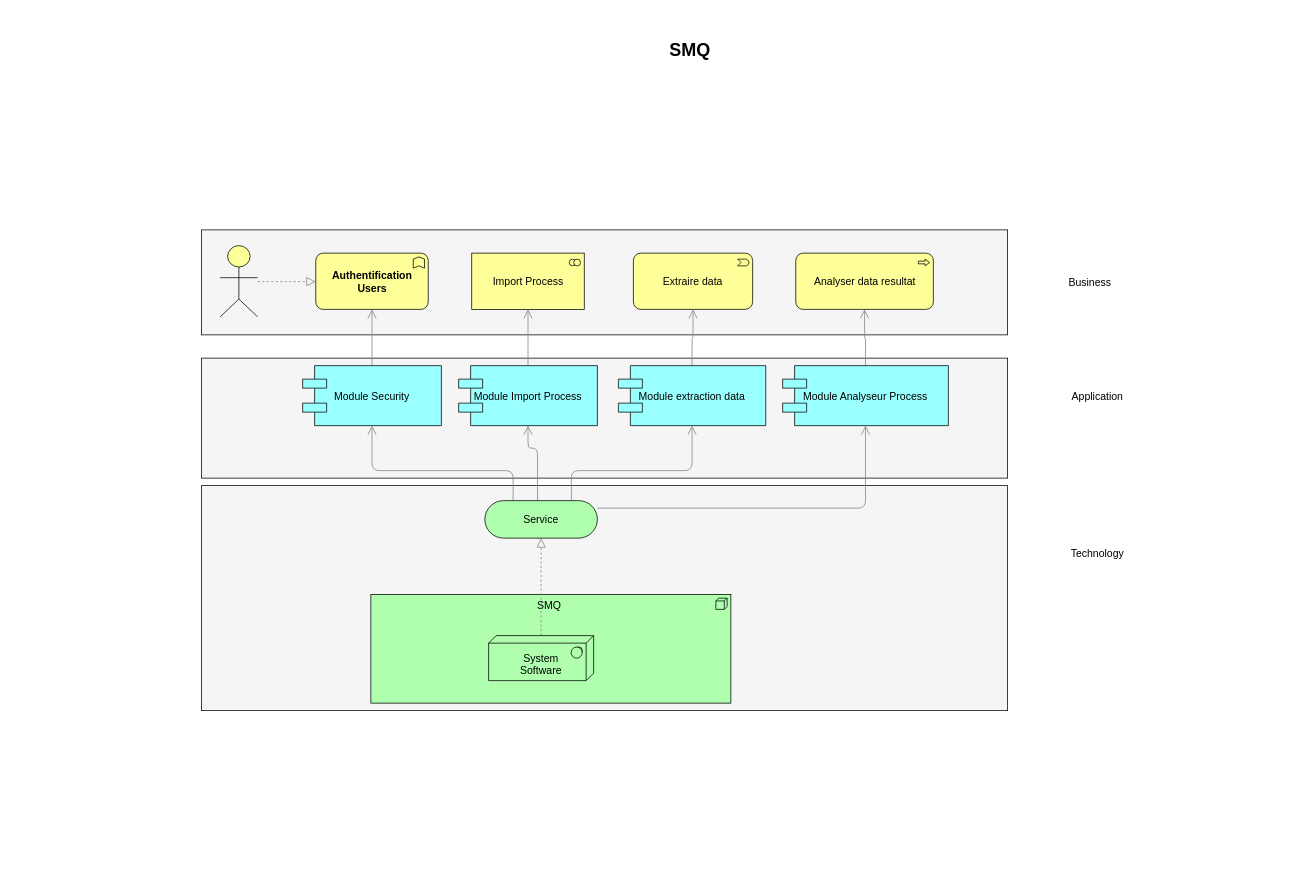
Above: Diagramme sans nom.drawio in amahmoudi/Smq2023 (draw.io), before the change. Source tidied: cells renumbered, new cells numbered last; positions are measured from the earlier drawing's top-left corner, leaving out a move shared by most shapes. Both pictures are drawn from the tidied source at 75%, with x=0, y=0 at pixel (93, 35).
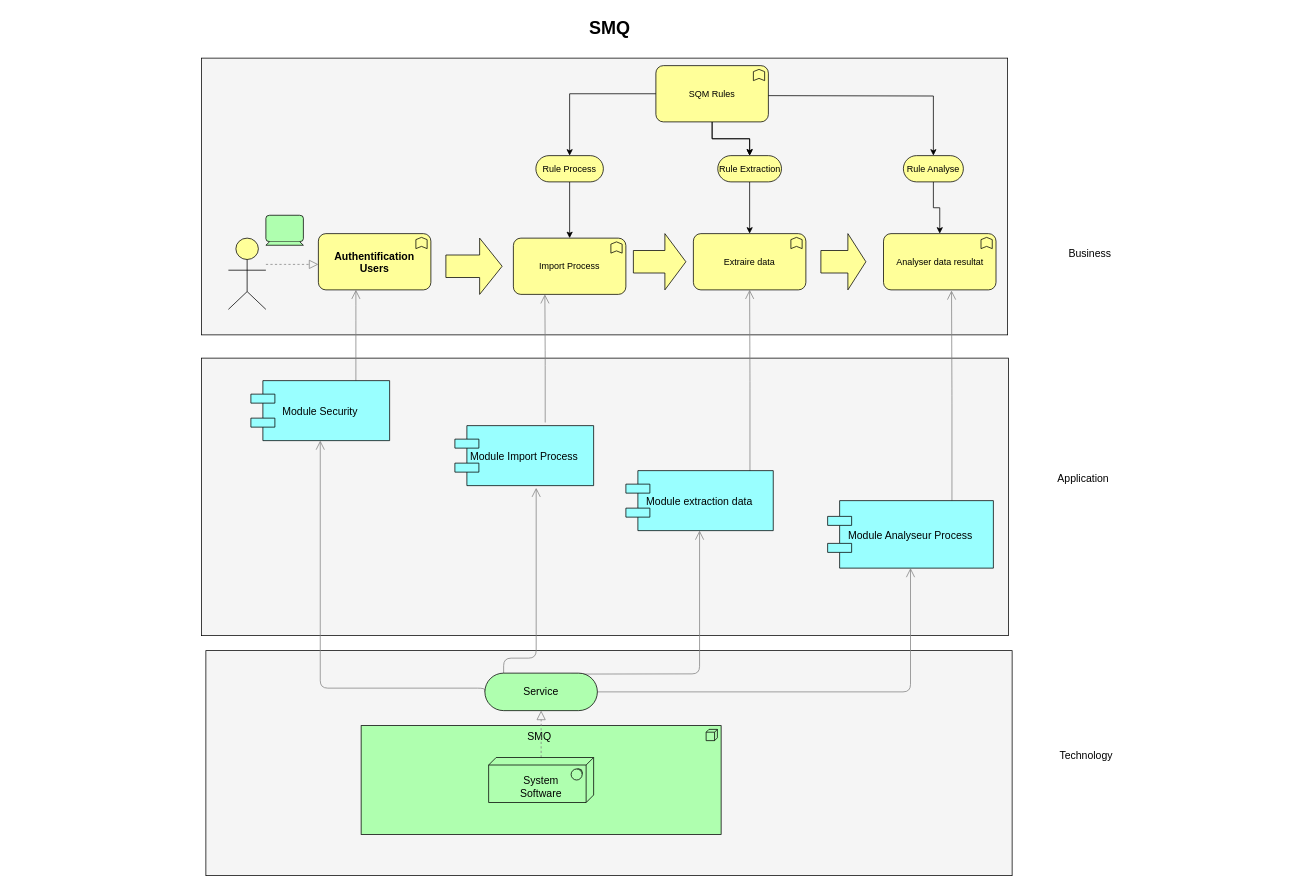
The same page after the edit.

Commit message:
Mettre à jour Diagramme sans nom.drawio

Diff of the diagram source:
```diff
@@
     <mxCell id="2" style="whiteSpace=wrap;html=1;strokeColor=default;strokeWidth=1;fillColor=#f5f5f5;fontSize=14;" parent="1" vertex="1">
-      <mxGeometry x="144" y="600" width="1075" height="300" as="geometry" />
+      <mxGeometry x="150" y="820" width="1075" height="300" as="geometry" />
     </mxCell>
     <mxCell id="3" style="whiteSpace=wrap;html=1;strokeColor=default;strokeWidth=1;fillColor=#f5f5f5;fontSize=14;" parent="1" vertex="1">
-      <mxGeometry x="144" y="430" width="1075" height="160" as="geometry" />
+      <mxGeometry x="144" y="430" width="1076" height="370" as="geometry" />
     </mxCell>
     <mxCell id="4" style="whiteSpace=wrap;html=1;strokeColor=default;strokeWidth=1;fillColor=#f5f5f5;fontSize=14;" parent="1" vertex="1">
-      <mxGeometry x="144" y="259" width="1075" height="140" as="geometry" />
+      <mxGeometry x="144" y="30" width="1075" height="369" as="geometry" />
     </mxCell>
     <mxCell id="5" value="SMQ&amp;nbsp;" style="html=1;whiteSpace=wrap;fillColor=#AFFFAF;shape=mxgraph.archimate3.application;appType=node;archiType=square;fontSize=14;verticalAlign=top;" parent="1" vertex="1">
-      <mxGeometry x="370" y="745" width="480" height="145" as="geometry" />
+      <mxGeometry x="357" y="920" width="480" height="145" as="geometry" />
     </mxCell>
@@
     <mxCell id="7" value="&lt;div&gt;&lt;br&gt;&lt;/div&gt;&lt;div&gt;&lt;span&gt;System&lt;/span&gt;&lt;div&gt;Software&lt;/div&gt;&lt;/div&gt;" style="html=1;whiteSpace=wrap;fillColor=#AFFFAF;shape=mxgraph.archimate3.tech;techType=sysSw;fontSize=14;" parent="1" vertex="1">
-      <mxGeometry x="527" y="800" width="140" height="60" as="geometry" />
+      <mxGeometry x="527" y="962.5" width="140" height="60" as="geometry" />
     </mxCell>
-    <mxCell id="8" style="edgeStyle=elbowEdgeStyle;rounded=1;elbow=vertical;html=1;startSize=10;endArrow=open;endFill=0;endSize=10;jettySize=auto;strokeColor=#808080;fontSize=14;" parent="1" edge="1" source="12" target="20">
+    <mxCell id="8" style="edgeStyle=elbowEdgeStyle;rounded=1;elbow=vertical;html=1;startSize=10;endArrow=open;endFill=0;endSize=10;jettySize=auto;strokeColor=#808080;fontSize=14;exitX=0;exitY=0;exitDx=150;exitDy=25;exitPerimeter=0;" parent="1" edge="1" source="12" target="20">
       <mxGeometry relative="1" as="geometry">
         <Array as="points">
+          <mxPoint x="860" y="875" />
+          <mxPoint x="1020" y="760" />
           <mxPoint x="859" y="630" />
         </Array>
       </mxGeometry>
     </mxCell>
     <mxCell id="9" style="edgeStyle=elbowEdgeStyle;rounded=1;elbow=vertical;html=1;startSize=10;endArrow=open;endFill=0;endSize=10;jettySize=auto;strokeColor=#808080;fontSize=14;entryX=0.5;entryY=1;exitX=0.769;exitY=0.025;exitPerimeter=0;" parent="1" edge="1" source="12" target="18">
       <mxGeometry relative="1" as="geometry">
         <Array as="points">
+          <mxPoint x="670" y="851" />
+          <mxPoint x="780" y="700" />
           <mxPoint x="759" y="580" />
         </Array>
       </mxGeometry>
     </mxCell>
-    <mxCell id="10" style="edgeStyle=elbowEdgeStyle;rounded=1;elbow=vertical;html=1;startSize=10;endArrow=open;endFill=0;endSize=10;jettySize=auto;strokeColor=#808080;fontSize=14;entryX=0.5;entryY=1;exitX=0.468;exitY=0.025;exitPerimeter=0;" parent="1" edge="1" source="12" target="16">
+    <mxCell id="10" style="edgeStyle=elbowEdgeStyle;rounded=1;elbow=vertical;html=1;startSize=10;endArrow=open;endFill=0;endSize=10;jettySize=auto;strokeColor=#808080;fontSize=14;entryX=0.586;entryY=1.037;entryDx=0;entryDy=0;entryPerimeter=0;exitX=0;exitY=0;exitDx=25;exitDy=0;exitPerimeter=0;" parent="1" edge="1" source="12" target="16">
       <mxGeometry relative="1" as="geometry">
         <Array as="points">
-          <mxPoint x="649" y="550" />
+          <mxPoint x="530" y="830" />
+          <mxPoint x="610" y="730" />
+          <mxPoint x="597" y="620" />
         </Array>
       </mxGeometry>
     </mxCell>
-    <mxCell id="11" style="edgeStyle=elbowEdgeStyle;rounded=1;elbow=vertical;html=1;startSize=10;endArrow=open;endFill=0;endSize=10;jettySize=auto;strokeColor=#808080;fontSize=14;exitX=0.251;exitY=0.002;exitPerimeter=0;" parent="1" edge="1" source="12" target="14">
+    <mxCell id="11" style="edgeStyle=elbowEdgeStyle;rounded=1;elbow=vertical;html=1;startSize=10;endArrow=open;endFill=0;endSize=10;jettySize=auto;strokeColor=#808080;fontSize=14;exitX=0;exitY=0;exitPerimeter=0;exitDx=0;exitDy=25;" parent="1" edge="1" source="12" target="14">
       <mxGeometry relative="1" as="geometry">
         <Array as="points">
+          <mxPoint x="460" y="870" />
+          <mxPoint x="430" y="850" />
+          <mxPoint x="390" y="680" />
           <mxPoint x="539" y="580" />
         </Array>
       </mxGeometry>
     </mxCell>
     <mxCell id="12" value="Service" style="html=1;whiteSpace=wrap;fillColor=#AFFFAF;shape=mxgraph.archimate3.service;fontSize=14;" parent="1" vertex="1">
-      <mxGeometry x="522" y="620" width="150" height="50" as="geometry" />
+      <mxGeometry x="522" y="850" width="150" height="50" as="geometry" />
     </mxCell>
     <mxCell id="13" style="edgeStyle=elbowEdgeStyle;rounded=1;elbow=vertical;html=1;startSize=10;endArrow=open;endFill=0;endSize=10;jettySize=auto;strokeColor=#808080;fontSize=14;" parent="1" edge="1" source="14" target="21">
-      <mxGeometry relative="1" as="geometry" />
+      <mxGeometry relative="1" as="geometry">
+        <Array as="points">
+          <mxPoint x="350" y="370" />
+          <mxPoint x="480" y="250" />
+          <mxPoint x="260" y="310" />
+        </Array>
+      </mxGeometry>
     </mxCell>
     <mxCell id="14" value="Module Security" style="shape=component;align=center;fillColor=#99ffff;gradientColor=none;fontSize=14;" parent="1" vertex="1">
-      <mxGeometry x="279" y="440" width="185" height="80" as="geometry" />
+      <mxGeometry x="210" y="460" width="185" height="80" as="geometry" />
     </mxCell>
-    <mxCell id="15" style="edgeStyle=elbowEdgeStyle;rounded=1;elbow=vertical;html=1;startSize=10;endArrow=open;endFill=0;endSize=10;jettySize=auto;strokeColor=#808080;fontSize=14;" parent="1" edge="1" source="16" target="22">
-      <mxGeometry relative="1" as="geometry" />
+    <mxCell id="15" style="edgeStyle=elbowEdgeStyle;rounded=1;elbow=vertical;html=1;startSize=10;endArrow=open;endFill=0;endSize=10;jettySize=auto;strokeColor=#808080;fontSize=14;exitX=0.651;exitY=-0.052;exitDx=0;exitDy=0;exitPerimeter=0;" parent="1" edge="1" source="16">
+      <mxGeometry relative="1" as="geometry">
+        <mxPoint x="602" y="345" as="targetPoint" />
+      </mxGeometry>
     </mxCell>
     <mxCell id="16" value="Module Import Process" style="shape=component;align=center;fillColor=#99ffff;gradientColor=none;fontSize=14;" parent="1" vertex="1">
-      <mxGeometry x="487" y="440" width="185" height="80" as="geometry" />
+      <mxGeometry x="482" y="520" width="185" height="80" as="geometry" />
     </mxCell>
-    <mxCell id="17" style="edgeStyle=elbowEdgeStyle;rounded=1;elbow=vertical;html=1;startSize=10;endArrow=open;endFill=0;endSize=10;jettySize=auto;strokeColor=#808080;fontSize=14;" parent="1" edge="1" source="18" target="23">
+    <mxCell id="17" style="edgeStyle=elbowEdgeStyle;rounded=1;elbow=vertical;html=1;startSize=10;endArrow=open;endFill=0;endSize=10;jettySize=auto;strokeColor=#808080;fontSize=14;exitX=0.842;exitY=0.025;exitDx=0;exitDy=0;exitPerimeter=0;" parent="1" edge="1" source="18" target="23">
       <mxGeometry relative="1" as="geometry" />
     </mxCell>
     <mxCell id="18" value="Module extraction data" style="shape=component;align=center;fillColor=#99ffff;gradientColor=none;fontSize=14;" parent="1" vertex="1">
-      <mxGeometry x="700" y="440" width="196.5" height="80" as="geometry" />
+      <mxGeometry x="710" y="580" width="196.5" height="80" as="geometry" />
     </mxCell>
-    <mxCell id="19" style="edgeStyle=elbowEdgeStyle;rounded=1;elbow=vertical;html=1;startSize=10;endArrow=open;endFill=0;endSize=10;jettySize=auto;strokeColor=#808080;fontSize=14;" parent="1" edge="1" source="20" target="24">
-      <mxGeometry relative="1" as="geometry" />
+    <mxCell id="19" style="edgeStyle=elbowEdgeStyle;rounded=1;elbow=vertical;html=1;startSize=10;endArrow=open;endFill=0;endSize=10;jettySize=auto;strokeColor=#808080;fontSize=14;exitX=0.75;exitY=0;exitDx=0;exitDy=0;entryX=0.677;entryY=1.012;entryDx=0;entryDy=0;entryPerimeter=0;" parent="1" edge="1" source="20">
+      <mxGeometry relative="1" as="geometry">
+        <mxPoint x="1144.2" y="339.9" as="targetPoint" />
+      </mxGeometry>
     </mxCell>
     <mxCell id="20" value="Module Analyseur Process" style="shape=component;align=center;fillColor=#99ffff;gradientColor=none;fontSize=14;" parent="1" vertex="1">
-      <mxGeometry x="919" y="440" width="221" height="80" as="geometry" />
+      <mxGeometry x="979" y="620" width="221" height="90" as="geometry" />
     </mxCell>
     <mxCell id="21" value="&lt;b&gt;Authentification Users&lt;/b&gt;" style="html=1;whiteSpace=wrap;fillColor=#ffff99;shape=mxgraph.archimate3.application;appType=func;archiType=rounded;fontSize=14;" parent="1" vertex="1">
-      <mxGeometry x="296.5" y="290" width="150" height="75" as="geometry" />
+      <mxGeometry x="300" y="264" width="150" height="75" as="geometry" />
     </mxCell>
-    <mxCell id="22" value="Import Process" style="html=1;whiteSpace=wrap;fillColor=#ffff99;shape=mxgraph.archimate3.application;appType=collab;archiType=square;fontSize=14;" parent="1" vertex="1">
-      <mxGeometry x="504.5" y="290" width="150" height="75" as="geometry" />
-    </mxCell>
-    <mxCell id="23" value="Extraire data" style="html=1;whiteSpace=wrap;fillColor=#ffff99;shape=mxgraph.archimate3.application;appType=event;archiType=rounded;fontSize=14;" parent="1" vertex="1">
-      <mxGeometry x="720" y="290" width="159" height="75" as="geometry" />
-    </mxCell>
-    <mxCell id="24" value="Analyser data resultat" style="html=1;whiteSpace=wrap;fillColor=#ffff99;shape=mxgraph.archimate3.application;appType=proc;archiType=rounded;fontSize=14;" parent="1" vertex="1">
-      <mxGeometry x="936.5" y="290" width="183.5" height="75" as="geometry" />
-    </mxCell>
     <mxCell id="25" value="Technology" style="text;html=1;strokeColor=none;fillColor=none;align=center;verticalAlign=middle;whiteSpace=wrap;fontSize=14;" parent="1" vertex="1">
-      <mxGeometry x="1219" y="681" width="240" height="20" as="geometry" />
+      <mxGeometry x="1203.5" y="950" width="240" height="20" as="geometry" />
     </mxCell>
     <mxCell id="26" value="Application" style="text;html=1;strokeColor=none;fillColor=none;align=center;verticalAlign=middle;whiteSpace=wrap;fontSize=14;" parent="1" vertex="1">
-      <mxGeometry x="1219" y="471" width="240" height="20" as="geometry" />
+      <mxGeometry x="1200" y="580" width="240" height="20" as="geometry" />
     </mxCell>
     <mxCell id="27" value="Business" style="text;html=1;strokeColor=none;fillColor=none;align=center;verticalAlign=middle;whiteSpace=wrap;fontSize=14;" parent="1" vertex="1">
-      <mxGeometry x="1209" y="319" width="240" height="20" as="geometry" />
+      <mxGeometry x="1209" y="279.5" width="240" height="20" as="geometry" />
     </mxCell>
@@
     <mxCell id="29" style="html=1;whiteSpace=wrap;fillColor=#ffff99;shape=mxgraph.archimate3.actor;fontSize=14;" parent="1" vertex="1">
-      <mxGeometry x="169" y="280" width="50" height="95" as="geometry" />
+      <mxGeometry x="180" y="270" width="50" height="95" as="geometry" />
     </mxCell>
     <mxCell id="30" value="SMQ" style="text;strokeColor=none;fillColor=none;html=1;fontSize=24;fontStyle=1;verticalAlign=middle;align=center;" parent="1" vertex="1">
-      <mxGeometry width="1590" height="40" as="geometry" />
+      <mxGeometry x="-107.5" y="-30" width="1590" height="40" as="geometry" />
     </mxCell>
+    <mxCell id="31" style="html=1;whiteSpace=wrap;fillColor=#ffff99;shape=mxgraph.archimate3.process;" parent="1" vertex="1">
+      <mxGeometry x="470" y="270" width="75" height="75" as="geometry" />
+    </mxCell>
+    <mxCell id="32" style="html=1;whiteSpace=wrap;fillColor=#ffff99;shape=mxgraph.archimate3.process;" parent="1" vertex="1">
+      <mxGeometry x="720" y="264" width="70" height="75" as="geometry" />
+    </mxCell>
+    <mxCell id="33" style="html=1;whiteSpace=wrap;fillColor=#ffff99;shape=mxgraph.archimate3.process;" parent="1" vertex="1">
+      <mxGeometry x="970" y="264" width="60" height="75" as="geometry" />
+    </mxCell>
+    <mxCell id="22" value="Import Process" style="html=1;outlineConnect=0;whiteSpace=wrap;fillColor=#ffff99;shape=mxgraph.archimate3.application;appType=func;archiType=rounded;" parent="1" vertex="1">
+      <mxGeometry x="560" y="270" width="150" height="75" as="geometry" />
+    </mxCell>
+    <mxCell id="23" value="Extraire data" style="html=1;outlineConnect=0;whiteSpace=wrap;fillColor=#ffff99;shape=mxgraph.archimate3.application;appType=func;archiType=rounded;" parent="1" vertex="1">
+      <mxGeometry x="800" y="264" width="150" height="75" as="geometry" />
+    </mxCell>
+    <mxCell id="24" value="Analyser data resultat" style="html=1;outlineConnect=0;whiteSpace=wrap;fillColor=#ffff99;shape=mxgraph.archimate3.application;appType=func;archiType=rounded;" parent="1" vertex="1">
+      <mxGeometry x="1053.5" y="264" width="150" height="75" as="geometry" />
+    </mxCell>
+    <mxCell id="34" style="html=1;whiteSpace=wrap;fillColor=#AFFFAF;shape=mxgraph.archimate3.device;" parent="1" vertex="1">
+      <mxGeometry x="230" y="239.5" width="50" height="40" as="geometry" />
+    </mxCell>
+    <mxCell id="35" style="edgeStyle=orthogonalEdgeStyle;rounded=0;jettySize=auto;html=1;" parent="1" edge="1" source="36" target="22">
+      <mxGeometry relative="1" as="geometry" />
+    </mxCell>
+    <mxCell id="36" value="Rule Process" style="html=1;outlineConnect=0;whiteSpace=wrap;fillColor=#ffff99;shape=mxgraph.archimate3.service;" parent="1" vertex="1">
+      <mxGeometry x="590" y="160" width="90" height="35" as="geometry" />
+    </mxCell>
+    <mxCell id="37" style="edgeStyle=orthogonalEdgeStyle;rounded=0;jettySize=auto;html=1;" parent="1" edge="1" source="38" target="23">
+      <mxGeometry relative="1" as="geometry" />
+    </mxCell>
+    <mxCell id="38" value="Rule Extraction" style="html=1;outlineConnect=0;whiteSpace=wrap;fillColor=#ffff99;shape=mxgraph.archimate3.service;" parent="1" vertex="1">
+      <mxGeometry x="832.5" y="160" width="85" height="35" as="geometry" />
+    </mxCell>
+    <mxCell id="39" style="edgeStyle=orthogonalEdgeStyle;rounded=0;jettySize=auto;html=1;" parent="1" edge="1" source="40" target="24">
+      <mxGeometry relative="1" as="geometry" />
+    </mxCell>
+    <mxCell id="40" value="Rule Analyse" style="html=1;outlineConnect=0;whiteSpace=wrap;fillColor=#ffff99;shape=mxgraph.archimate3.service;" parent="1" vertex="1">
+      <mxGeometry x="1080" y="160" width="80" height="35" as="geometry" />
+    </mxCell>
+    <mxCell id="41" style="edgeStyle=orthogonalEdgeStyle;rounded=0;jettySize=auto;html=1;" parent="1" edge="1" source="43" target="38">
+      <mxGeometry relative="1" as="geometry" />
+    </mxCell>
+    <mxCell id="42" style="edgeStyle=orthogonalEdgeStyle;rounded=0;jettySize=auto;html=1;" parent="1" edge="1" source="43" target="38">
+      <mxGeometry relative="1" as="geometry" />
+    </mxCell>
+    <mxCell id="43" value="SQM Rules" style="html=1;outlineConnect=0;whiteSpace=wrap;fillColor=#ffff99;shape=mxgraph.archimate3.application;appType=func;archiType=rounded;" parent="1" vertex="1">
+      <mxGeometry x="750" y="40" width="150" height="75" as="geometry" />
+    </mxCell>
+    <mxCell id="44" style="edgeStyle=orthogonalEdgeStyle;rounded=0;jettySize=auto;html=1;entryX=0.5;entryY=0;entryDx=0;entryDy=0;entryPerimeter=0;" parent="1" edge="1" target="40">
+      <mxGeometry relative="1" as="geometry">
+        <mxPoint x="900" y="80" as="sourcePoint" />
+      </mxGeometry>
+    </mxCell>
+    <mxCell id="45" style="edgeStyle=orthogonalEdgeStyle;rounded=0;jettySize=auto;html=1;exitX=0;exitY=0.5;exitDx=0;exitDy=0;exitPerimeter=0;" parent="1" edge="1" source="43" target="36">
+      <mxGeometry relative="1" as="geometry" />
+    </mxCell>
```
